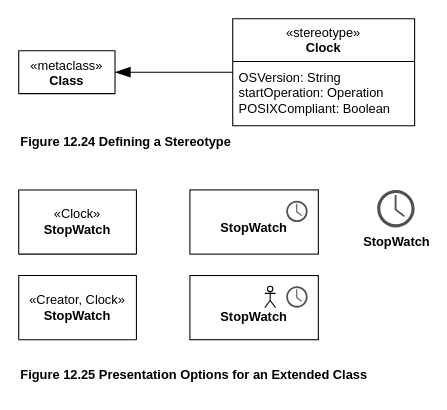
Above: page "Fig. 12.24" (1 of 8) of drawio/12.24-clock.drawio in showa-yojyo/clipart (draw.io), before the change. Source tidied: cells renumbered, new cells numbered last; positions are measured from the earlier drawing's top-left corner, leaving out a move shared by most shapes. Both pictures are drawn from the tidied source at 107%, with x=0, y=0 at pixel (18, 18).
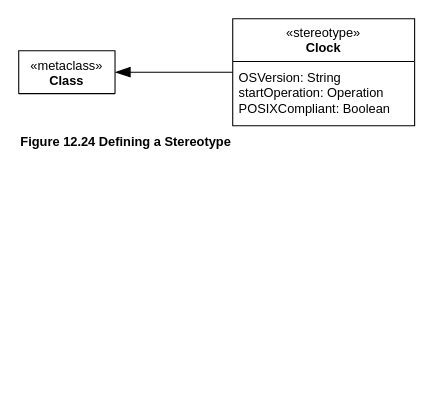
The same diagram, later.

Change to the diagram source:
```diff
@@
 <mxGraphModel>
   <root>
     <mxCell id="0" />
     <mxCell id="1" parent="0" />
     <mxCell id="2" value="«metaclass»&lt;br&gt;&lt;b&gt;Class&lt;/b&gt;" style="swimlane;fontStyle=0;align=center;verticalAlign=top;horizontal=1;startSize=48;html=1;whiteSpace=wrap;" parent="1" vertex="1">
       <mxGeometry y="30" width="90" height="40" as="geometry" />
     </mxCell>
     <mxCell id="3" style="edgeStyle=orthogonalEdgeStyle;rounded=0;jettySize=auto;html=1;entryX=1;entryY=0.5;entryDx=0;entryDy=0;endSize=12;endArrow=blockThin;endFill=1;" parent="1" edge="1" source="4" target="2">
       <mxGeometry relative="1" as="geometry" />
     </mxCell>
     <mxCell id="4" value="«stereotype»&lt;br&gt;&lt;b&gt;Clock&lt;/b&gt;" style="swimlane;fontStyle=0;align=center;verticalAlign=top;horizontal=1;startSize=40;html=1;whiteSpace=wrap;" parent="1" vertex="1">
       <mxGeometry x="200" width="170" height="100" as="geometry" />
     </mxCell>
     <mxCell id="5" value="OSVersion: String&lt;br&gt;startOperation: Operation&lt;br&gt;POSIXCompliant: Boolean" style="text;html=1;strokeColor=none;fillColor=none;align=left;verticalAlign=middle;spacingLeft=4;spacingRight=4;overflow=hidden;whiteSpace=wrap;" parent="4" vertex="1">
       <mxGeometry y="40" width="170" height="60" as="geometry" />
     </mxCell>
     <mxCell id="6" value="&lt;b&gt;Figure 12.24 Defining a Stereotype&lt;/b&gt;" style="text;html=1;align=left;verticalAlign=middle;strokeColor=none;fillColor=none;" parent="1" vertex="1">
       <mxGeometry y="100" width="220" height="30" as="geometry" />
     </mxCell>
-    <mxCell id="7" value="«Clock»&lt;br&gt;&lt;b&gt;StopWatch&lt;/b&gt;" style="swimlane;fontStyle=0;align=center;verticalAlign=middle;horizontal=1;startSize=60;html=1;whiteSpace=wrap;" parent="1" vertex="1">
-      <mxGeometry y="160" width="110" height="60" as="geometry" />
-    </mxCell>
-    <mxCell id="8" value="«Creator, Clock»&lt;br&gt;&lt;b&gt;StopWatch&lt;/b&gt;" style="swimlane;fontStyle=0;align=center;verticalAlign=middle;horizontal=1;startSize=60;html=1;whiteSpace=wrap;" parent="1" vertex="1">
-      <mxGeometry y="240" width="110" height="60" as="geometry" />
-    </mxCell>
-    <mxCell id="9" value="&lt;b&gt;StopWatch&lt;/b&gt;" style="whiteSpace=wrap;html=1;spacingTop=12;" parent="1" vertex="1">
-      <mxGeometry x="160" y="160" width="120" height="60" as="geometry" />
-    </mxCell>
-    <mxCell id="10" value="&lt;b&gt;StopWatch&lt;/b&gt;" style="whiteSpace=wrap;html=1;spacingTop=18;" parent="1" vertex="1">
-      <mxGeometry x="160" y="240" width="120" height="60" as="geometry" />
-    </mxCell>
-    <mxCell id="11" value="&lt;b&gt;StopWatch&lt;/b&gt;" style="sketch=0;shadow=0;dashed=0;html=1;strokeColor=none;fillColor=#505050;labelPosition=center;verticalLabelPosition=bottom;verticalAlign=top;align=center;shape=mxgraph.office.concepts.clock;" parent="1" vertex="1">
-      <mxGeometry x="335" y="160" width="35" height="35" as="geometry" />
-    </mxCell>
-    <mxCell id="12" style="sketch=0;shadow=0;dashed=0;html=1;strokeColor=none;fillColor=#505050;labelPosition=center;verticalLabelPosition=bottom;verticalAlign=top;align=center;shape=mxgraph.office.concepts.clock;" parent="1" vertex="1">
-      <mxGeometry x="250" y="170" width="20" height="20" as="geometry" />
-    </mxCell>
-    <mxCell id="13" style="sketch=0;shadow=0;dashed=0;html=1;strokeColor=none;fillColor=#505050;labelPosition=center;verticalLabelPosition=bottom;verticalAlign=top;align=center;shape=mxgraph.office.concepts.clock;" parent="1" vertex="1">
-      <mxGeometry x="250" y="250" width="20" height="20" as="geometry" />
-    </mxCell>
-    <mxCell id="14" style="shape=umlActor;verticalLabelPosition=bottom;verticalAlign=top;html=1;" parent="1" vertex="1">
-      <mxGeometry x="230" y="250" width="10" height="20" as="geometry" />
-    </mxCell>
-    <mxCell id="15" value="&lt;b&gt;Figure 12.25 Presentation Options for an Extended Class&lt;/b&gt;" style="text;html=1;align=left;verticalAlign=middle;strokeColor=none;fillColor=none;" parent="1" vertex="1">
-      <mxGeometry y="318" width="350" height="30" as="geometry" />
-    </mxCell>
   </root>
 </mxGraphModel>
```
